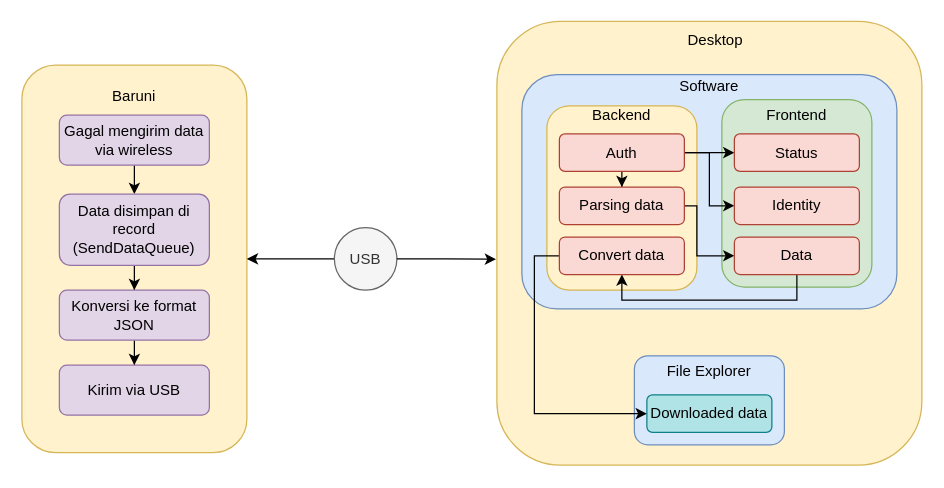
Above: .flow/high level diagram.drawio in frostdev03/SerialTo (draw.io), before the change. Source tidied: cells renumbered, new cells numbered last; positions are measured from the earlier drawing's top-left corner, leaving out a move shared by most shapes. Both pictures are drawn from the tidied source at 125%, with x=0, y=0 at pixel (21, 21).
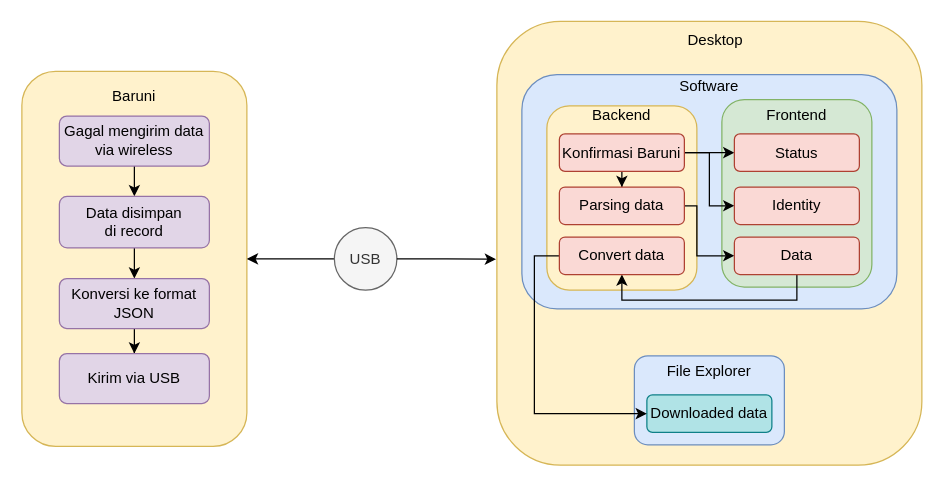
After the change.

What changed in the source:
```diff
@@
     <mxCell id="3" style="rounded=1;whiteSpace=wrap;html=1;fillColor=#fff2cc;strokeColor=#d6b656;" parent="1" vertex="1">
-      <mxGeometry y="34.6" width="180" height="310" as="geometry" />
+      <mxGeometry y="39.6" width="180" height="300" as="geometry" />
     </mxCell>
@@
     <mxCell id="6" value="Baruni" style="text;html=1;align=center;verticalAlign=middle;whiteSpace=wrap;rounded=0;" parent="1" vertex="1">
-      <mxGeometry x="60" y="44.6" width="60" height="30" as="geometry" />
+      <mxGeometry x="60" y="45.3" width="60" height="30" as="geometry" />
     </mxCell>
@@
-    <mxCell id="13" value="Auth" style="rounded=1;whiteSpace=wrap;html=1;fillColor=#fad9d5;strokeColor=#ae4132;" parent="1" vertex="1">
+    <mxCell id="13" value="Konfirmasi Baruni" style="rounded=1;whiteSpace=wrap;html=1;fillColor=#fad9d5;strokeColor=#ae4132;" parent="1" vertex="1">
       <mxGeometry x="430" y="89.6" width="100" height="30" as="geometry" />
     </mxCell>
@@
     <mxCell id="31" value="Gagal mengirim data via wireless" style="rounded=1;whiteSpace=wrap;html=1;fillColor=#e1d5e7;strokeColor=#9673a6;" parent="1" vertex="1">
-      <mxGeometry x="30" y="74.6" width="120" height="40" as="geometry" />
+      <mxGeometry x="30" y="75.3" width="120" height="40" as="geometry" />
     </mxCell>
@@
-    <mxCell id="33" value="Data disimpan di record (SendDataQueue)" style="rounded=1;whiteSpace=wrap;html=1;fillColor=#e1d5e7;strokeColor=#9673a6;" parent="1" vertex="1">
-      <mxGeometry x="30" y="137.8" width="120" height="56.9" as="geometry" />
+    <mxCell id="33" value="Data disimpan&lt;div&gt;di record&lt;/div&gt;" style="rounded=1;whiteSpace=wrap;html=1;fillColor=#e1d5e7;strokeColor=#9673a6;" parent="1" vertex="1">
+      <mxGeometry x="30" y="139.6" width="120" height="41.2" as="geometry" />
     </mxCell>
@@
     <mxCell id="35" value="Konversi ke format JSON" style="rounded=1;whiteSpace=wrap;html=1;fillColor=#e1d5e7;strokeColor=#9673a6;" parent="1" vertex="1">
-      <mxGeometry x="30" y="214.6" width="120" height="40" as="geometry" />
+      <mxGeometry x="30" y="205.3" width="120" height="40" as="geometry" />
     </mxCell>
     <mxCell id="36" value="Kirim via USB" style="rounded=1;whiteSpace=wrap;html=1;fillColor=#e1d5e7;strokeColor=#9673a6;" parent="1" vertex="1">
-      <mxGeometry x="30" y="274.6" width="120" height="40" as="geometry" />
+      <mxGeometry x="30" y="265.3" width="120" height="40" as="geometry" />
     </mxCell>
```
